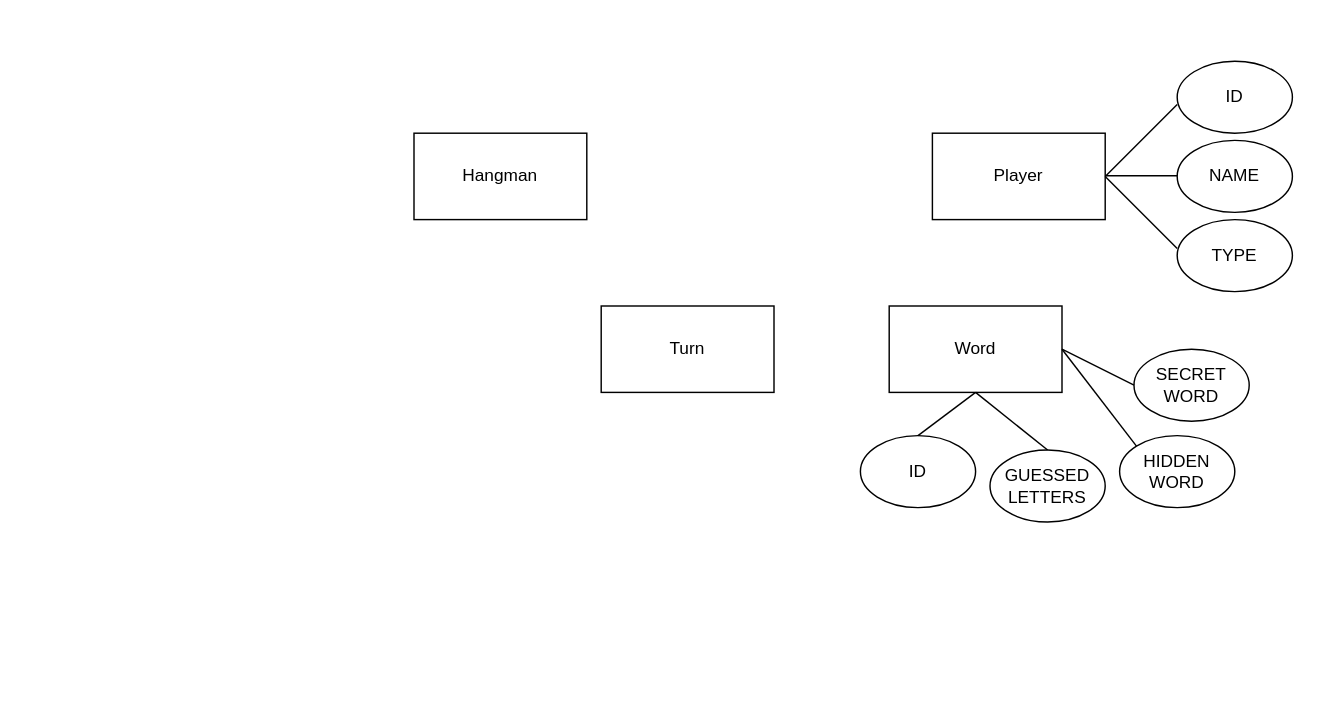
Above: docs/Untitled Diagram.drawio in Dina-Tumanita/01-JSON-Diagrama-de-base-de-datos---HangMan (draw.io), before the change. Source tidied: cells renumbered, new cells numbered last; positions are measured from the earlier drawing's top-left corner, leaving out a move shared by most shapes. Both pictures are drawn from the tidied source at 144%, with x=0, y=0 at pixel (413, 60).
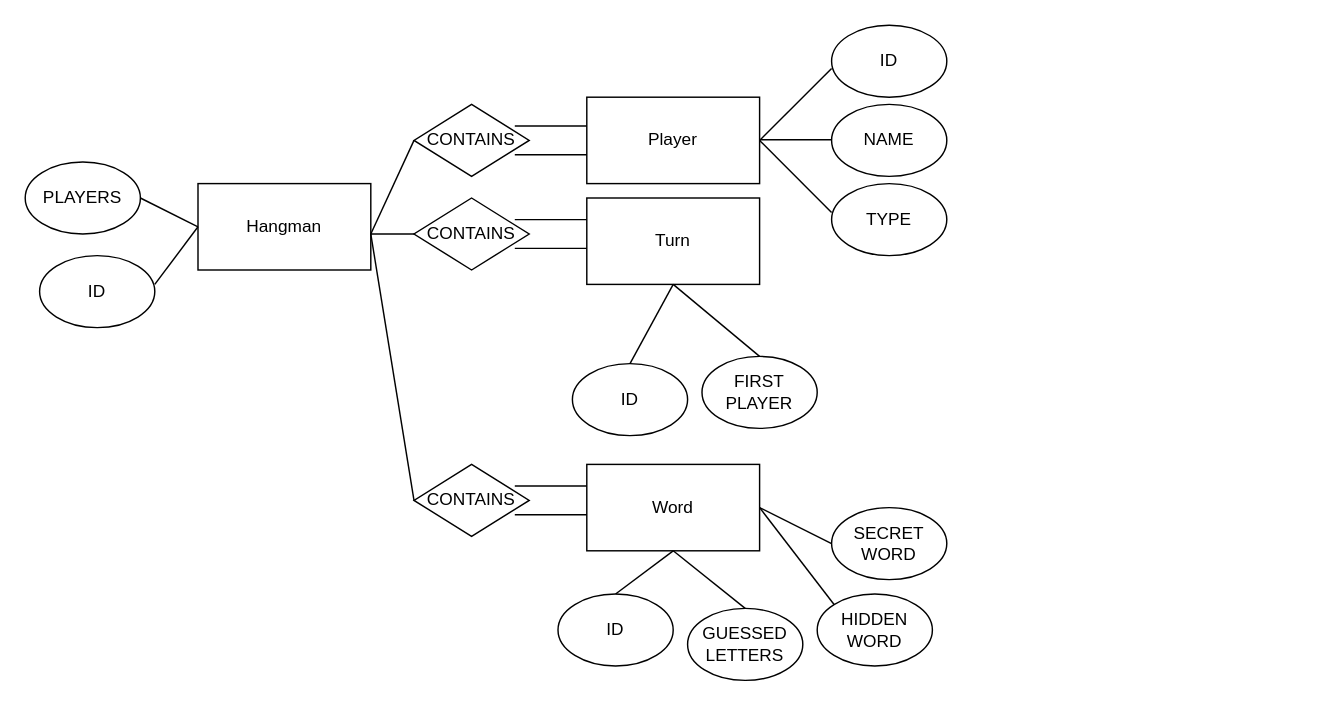
The same diagram, later.

Commit message:
made connections

What changed in the source:
```diff
@@
     <mxCell id="2" value="Hangman" style="rounded=0;whiteSpace=wrap;html=1;" parent="1" vertex="1">
-      <mxGeometry y="50" width="120" height="60" as="geometry" />
+      <mxGeometry x="-150" y="85" width="120" height="60" as="geometry" />
     </mxCell>
     <mxCell id="3" value="Turn" style="rounded=0;whiteSpace=wrap;html=1;" parent="1" vertex="1">
-      <mxGeometry x="130" y="170" width="120" height="60" as="geometry" />
+      <mxGeometry x="120" y="95" width="120" height="60" as="geometry" />
     </mxCell>
     <mxCell id="4" value="Player" style="rounded=0;whiteSpace=wrap;html=1;" parent="1" vertex="1">
-      <mxGeometry x="360" y="50" width="120" height="60" as="geometry" />
+      <mxGeometry x="120" y="25" width="120" height="60" as="geometry" />
     </mxCell>
     <mxCell id="5" value="ID" style="ellipse;whiteSpace=wrap;html=1;" parent="1" vertex="1">
-      <mxGeometry x="530" width="80" height="50" as="geometry" />
+      <mxGeometry x="290" y="-25" width="80" height="50" as="geometry" />
     </mxCell>
     <mxCell id="6" value="NAME" style="ellipse;whiteSpace=wrap;html=1;" parent="1" vertex="1">
-      <mxGeometry x="530" y="55" width="80" height="50" as="geometry" />
+      <mxGeometry x="290" y="30" width="80" height="50" as="geometry" />
     </mxCell>
     <mxCell id="7" value="TYPE" style="ellipse;whiteSpace=wrap;html=1;" parent="1" vertex="1">
-      <mxGeometry x="530" y="110" width="80" height="50" as="geometry" />
+      <mxGeometry x="290" y="85" width="80" height="50" as="geometry" />
     </mxCell>
     <mxCell id="8" value="Word" style="rounded=0;whiteSpace=wrap;html=1;" parent="1" vertex="1">
-      <mxGeometry x="330" y="170" width="120" height="60" as="geometry" />
+      <mxGeometry x="120" y="280" width="120" height="60" as="geometry" />
     </mxCell>
     <mxCell id="9" style="endArrow=none;html=1;rounded=0;" parent="1" edge="1">
       <mxGeometry relative="1" as="geometry">
-        <mxPoint x="480" y="80" as="sourcePoint" />
-        <mxPoint x="530" y="30" as="targetPoint" />
+        <mxPoint x="240" y="55" as="sourcePoint" />
+        <mxPoint x="290" y="5" as="targetPoint" />
       </mxGeometry>
     </mxCell>
     <mxCell id="10" style="endArrow=none;html=1;rounded=0;exitX=1;exitY=0.5;exitDx=0;exitDy=0;" parent="1" edge="1" source="4">
       <mxGeometry relative="1" as="geometry">
-        <mxPoint x="530" y="130" as="targetPoint" />
+        <mxPoint x="290" y="105" as="targetPoint" />
       </mxGeometry>
     </mxCell>
     <mxCell id="11" style="endArrow=none;html=1;rounded=0;" parent="1" edge="1">
       <mxGeometry relative="1" as="geometry">
-        <mxPoint x="480" y="79.5" as="sourcePoint" />
-        <mxPoint x="530" y="79.5" as="targetPoint" />
+        <mxPoint x="240" y="54.5" as="sourcePoint" />
+        <mxPoint x="290" y="54.5" as="targetPoint" />
       </mxGeometry>
     </mxCell>
     <mxCell id="12" value="SECRET&lt;br&gt;WORD" style="ellipse;whiteSpace=wrap;html=1;" parent="1" vertex="1">
-      <mxGeometry x="500" y="200" width="80" height="50" as="geometry" />
+      <mxGeometry x="290" y="310" width="80" height="50" as="geometry" />
     </mxCell>
     <mxCell id="13" value="HIDDEN&lt;br&gt;WORD" style="ellipse;whiteSpace=wrap;html=1;" parent="1" vertex="1">
-      <mxGeometry x="490" y="260" width="80" height="50" as="geometry" />
+      <mxGeometry x="280" y="370" width="80" height="50" as="geometry" />
     </mxCell>
     <mxCell id="14" value="GUESSED&lt;br&gt;LETTERS" style="ellipse;whiteSpace=wrap;html=1;" parent="1" vertex="1">
-      <mxGeometry x="400" y="270" width="80" height="50" as="geometry" />
+      <mxGeometry x="190" y="380" width="80" height="50" as="geometry" />
     </mxCell>
     <mxCell id="15" value="ID" style="ellipse;whiteSpace=wrap;html=1;" parent="1" vertex="1">
-      <mxGeometry x="310" y="260" width="80" height="50" as="geometry" />
+      <mxGeometry x="100" y="370" width="80" height="50" as="geometry" />
     </mxCell>
     <mxCell id="16" style="endArrow=none;html=1;rounded=0;entryX=0;entryY=0.5;entryDx=0;entryDy=0;" parent="1" edge="1" target="12">
       <mxGeometry relative="1" as="geometry">
-        <mxPoint x="450" y="200" as="sourcePoint" />
+        <mxPoint x="240" y="310" as="sourcePoint" />
       </mxGeometry>
     </mxCell>
@@
     <mxCell id="18" style="endArrow=none;html=1;rounded=0;exitX=0.5;exitY=0;exitDx=0;exitDy=0;" parent="1" edge="1" source="14">
       <mxGeometry relative="1" as="geometry">
-        <mxPoint x="390" y="230" as="targetPoint" />
+        <mxPoint x="180" y="340" as="targetPoint" />
       </mxGeometry>
     </mxCell>
     <mxCell id="19" style="endArrow=none;html=1;rounded=0;entryX=0;entryY=0;entryDx=0;entryDy=0;" parent="1" edge="1" target="13">
       <mxGeometry relative="1" as="geometry">
-        <mxPoint x="450" y="200" as="sourcePoint" />
+        <mxPoint x="240" y="310" as="sourcePoint" />
       </mxGeometry>
     </mxCell>
+    <mxCell id="20" value="FIRST&lt;br&gt;PLAYER" style="ellipse;whiteSpace=wrap;html=1;" parent="1" vertex="1">
+      <mxGeometry x="200" y="205" width="80" height="50" as="geometry" />
+    </mxCell>
+    <mxCell id="21" value="ID" style="ellipse;whiteSpace=wrap;html=1;" parent="1" vertex="1">
+      <mxGeometry x="-260" y="135" width="80" height="50" as="geometry" />
+    </mxCell>
+    <mxCell id="22" value="PLAYERS" style="ellipse;whiteSpace=wrap;html=1;" parent="1" vertex="1">
+      <mxGeometry x="-270" y="70" width="80" height="50" as="geometry" />
+    </mxCell>
+    <mxCell id="23" value="ID" style="ellipse;whiteSpace=wrap;html=1;" parent="1" vertex="1">
+      <mxGeometry x="110" y="210" width="80" height="50" as="geometry" />
+    </mxCell>
+    <mxCell id="24" style="endArrow=none;html=1;rounded=0;entryX=0.5;entryY=1;entryDx=0;entryDy=0;exitX=0.5;exitY=0;exitDx=0;exitDy=0;" parent="1" edge="1" source="20" target="3">
+      <mxGeometry relative="1" as="geometry" />
+    </mxCell>
+    <mxCell id="25" style="endArrow=none;html=1;rounded=0;exitX=0.5;exitY=0;exitDx=0;exitDy=0;" parent="1" edge="1" source="23">
+      <mxGeometry relative="1" as="geometry">
+        <mxPoint x="180" y="155" as="targetPoint" />
+      </mxGeometry>
+    </mxCell>
+    <mxCell id="26" style="endArrow=none;html=1;rounded=0;" parent="1" edge="1">
+      <mxGeometry relative="1" as="geometry">
+        <mxPoint x="-180" y="155" as="sourcePoint" />
+        <mxPoint x="-150" y="115" as="targetPoint" />
+      </mxGeometry>
+    </mxCell>
+    <mxCell id="27" style="endArrow=none;html=1;rounded=0;entryX=0;entryY=0.5;entryDx=0;entryDy=0;" parent="1" edge="1" target="2">
+      <mxGeometry relative="1" as="geometry">
+        <mxPoint x="-190" y="95" as="sourcePoint" />
+      </mxGeometry>
+    </mxCell>
+    <mxCell id="28" value="CONTAINS" style="rhombus;whiteSpace=wrap;html=1;" parent="1" vertex="1">
+      <mxGeometry y="95" width="80" height="50" as="geometry" />
+    </mxCell>
+    <mxCell id="29" style="endArrow=none;html=1;rounded=0;entryX=0;entryY=0.5;entryDx=0;entryDy=0;" parent="1" edge="1" target="28">
+      <mxGeometry relative="1" as="geometry">
+        <mxPoint x="-30" y="120" as="sourcePoint" />
+      </mxGeometry>
+    </mxCell>
+    <mxCell id="30" style="endArrow=none;html=1;rounded=0;" parent="1" edge="1">
+      <mxGeometry relative="1" as="geometry">
+        <mxPoint x="70" y="110" as="sourcePoint" />
+        <mxPoint x="120" y="110" as="targetPoint" />
+      </mxGeometry>
+    </mxCell>
+    <mxCell id="31" style="endArrow=none;html=1;rounded=0;" parent="1" edge="1">
+      <mxGeometry relative="1" as="geometry">
+        <mxPoint x="70" y="130" as="sourcePoint" />
+        <mxPoint x="120" y="130" as="targetPoint" />
+      </mxGeometry>
+    </mxCell>
+    <mxCell id="32" value="CONTAINS" style="rhombus;whiteSpace=wrap;html=1;" parent="1" vertex="1">
+      <mxGeometry y="30" width="80" height="50" as="geometry" />
+    </mxCell>
+    <mxCell id="33" style="endArrow=none;html=1;rounded=0;" parent="1" edge="1">
+      <mxGeometry relative="1" as="geometry">
+        <mxPoint x="70" y="45" as="sourcePoint" />
+        <mxPoint x="120" y="45" as="targetPoint" />
+      </mxGeometry>
+    </mxCell>
+    <mxCell id="34" style="endArrow=none;html=1;rounded=0;" parent="1" edge="1">
+      <mxGeometry relative="1" as="geometry">
+        <mxPoint x="70" y="65" as="sourcePoint" />
+        <mxPoint x="120" y="65" as="targetPoint" />
+      </mxGeometry>
+    </mxCell>
+    <mxCell id="35" value="CONTAINS" style="rhombus;whiteSpace=wrap;html=1;" parent="1" vertex="1">
+      <mxGeometry y="280" width="80" height="50" as="geometry" />
+    </mxCell>
+    <mxCell id="36" style="endArrow=none;html=1;rounded=0;" parent="1" edge="1">
+      <mxGeometry relative="1" as="geometry">
+        <mxPoint x="70" y="295" as="sourcePoint" />
+        <mxPoint x="120" y="295" as="targetPoint" />
+      </mxGeometry>
+    </mxCell>
+    <mxCell id="37" style="endArrow=none;html=1;rounded=0;" parent="1" edge="1">
+      <mxGeometry relative="1" as="geometry">
+        <mxPoint x="70" y="315" as="sourcePoint" />
+        <mxPoint x="120" y="315" as="targetPoint" />
+      </mxGeometry>
+    </mxCell>
+    <mxCell id="38" style="endArrow=none;html=1;rounded=0;entryX=0;entryY=0.5;entryDx=0;entryDy=0;" parent="1" edge="1" target="35">
+      <mxGeometry relative="1" as="geometry">
+        <mxPoint x="-30" y="120" as="sourcePoint" />
+      </mxGeometry>
+    </mxCell>
+    <mxCell id="39" style="endArrow=none;html=1;rounded=0;entryX=0;entryY=0.5;entryDx=0;entryDy=0;" parent="1" edge="1" target="32">
+      <mxGeometry relative="1" as="geometry">
+        <mxPoint x="-30" y="120" as="sourcePoint" />
+      </mxGeometry>
+    </mxCell>
```
